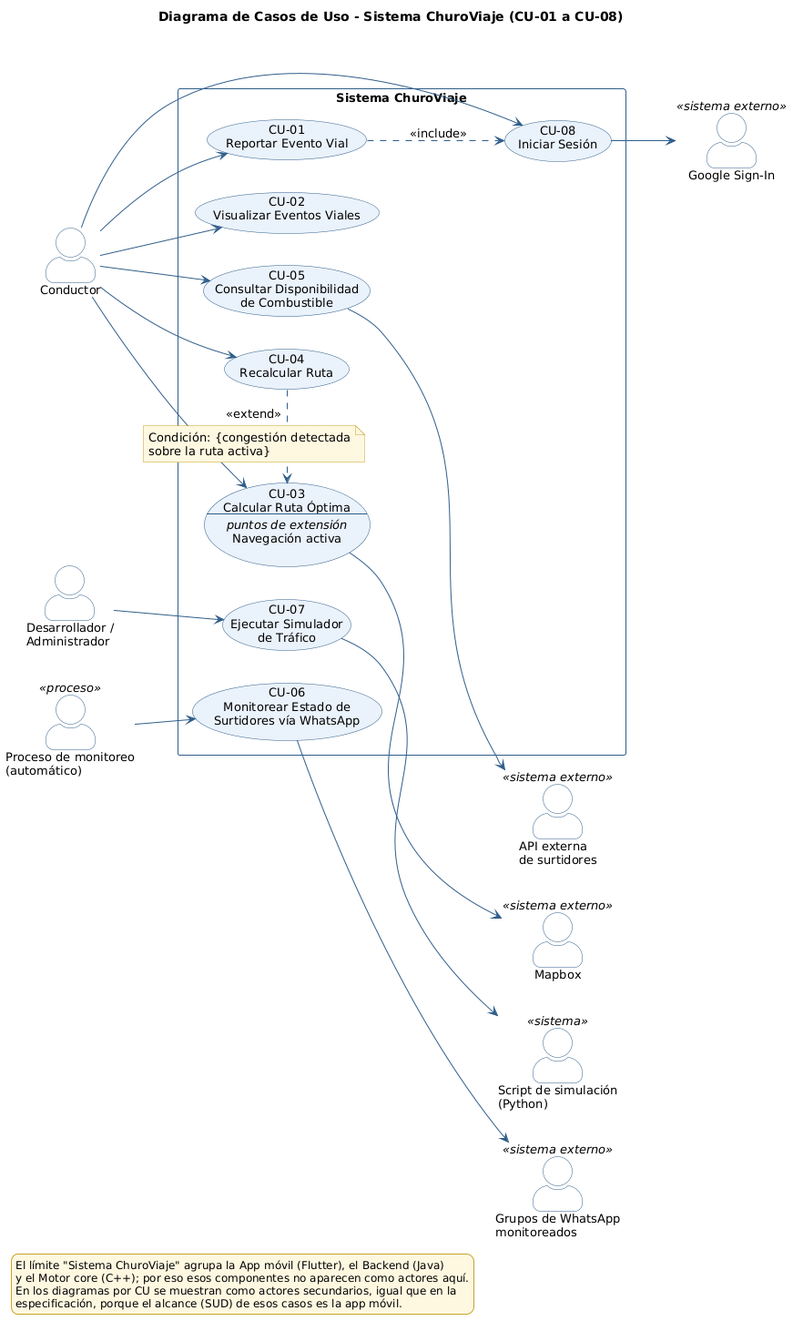
Before: 03_des/DiagCU/CU-00_DiagramaGeneral.png, a diagram exported from PlantUML (uniWASD/ChuroViajeInterno). Source of this version:
```plantuml
@startuml CU-00_DiagramaGeneral

left to right direction
skinparam shadowing false
skinparam defaultFontName "DejaVu Sans"
skinparam defaultFontSize 13
skinparam packageStyle rectangle
skinparam actorStyle awesome
skinparam usecase {
  BackgroundColor #EAF2FB
  BorderColor #2F5D8A
  ArrowColor #2F5D8A
}
skinparam rectangle {
  BorderColor #2F5D8A
  FontStyle bold
}
skinparam actor {
  BorderColor #2F5D8A
  BackgroundColor #FFFFFF
}
skinparam note {
  BackgroundColor #FFF8E1
  BorderColor #C9A227
}
skinparam ArrowColor #2F5D8A
skinparam legend {
  BackgroundColor #FFF8E1
  BorderColor #C9A227
  FontSize 12
}

title Diagrama de Casos de Uso - Sistema ChuroViaje (CU-01 a CU-08)

actor "Conductor" as Conductor
actor "Desarrollador /\nAdministrador" as Dev
actor "Proceso de monitoreo\n(automático)" as Monitor <<proceso>>

actor "Google Sign-In" as Google <<sistema externo>>
actor "Mapbox" as Mapbox <<sistema externo>>
actor "API externa\nde surtidores" as API <<sistema externo>>
actor "Grupos de WhatsApp\nmonitoreados" as WA <<sistema externo>>
actor "Script de simulación\n(Python)" as Script <<sistema>>

rectangle "Sistema ChuroViaje" {
  usecase "CU-08\nIniciar Sesión" as CU08
  usecase "CU-01\nReportar Evento Vial" as CU01
  usecase "CU-02\nVisualizar Eventos Viales" as CU02
  usecase CU03 as "CU-03
Calcular Ruta Óptima
--
<i>puntos de extensión</i>
Navegación activa"
  usecase "CU-04\nRecalcular Ruta" as CU04
  usecase "CU-05\nConsultar Disponibilidad\nde Combustible" as CU05
  usecase "CU-06\nMonitorear Estado de\nSurtidores vía WhatsApp" as CU06
  usecase "CU-07\nEjecutar Simulador\nde Tráfico" as CU07
}

Conductor --> CU01
Conductor --> CU08
Conductor --> CU02
Conductor --> CU03
Conductor --> CU04
Conductor --> CU05
Monitor --> CU06
Dev --> CU07

CU01 ..> CU08 : <<include>>
CU04 .> CU03 : <<extend>>
note on link
  Condición: {congestión detectada
  sobre la ruta activa}
end note

CU08 --> Google
CU03 --> Mapbox
CU05 --> API
CU06 --> WA
CU07 --> Script


legend bottom left
  El límite "Sistema ChuroViaje" agrupa la App móvil (Flutter), el Backend (Java)
  y el Motor core (C++); por eso esos componentes no aparecen como actores aquí.
  En los diagramas por CU se muestran como actores secundarios, igual que en la
  especificación, porque el alcance (SUD) de esos casos es la app móvil.
endlegend

@enduml
```
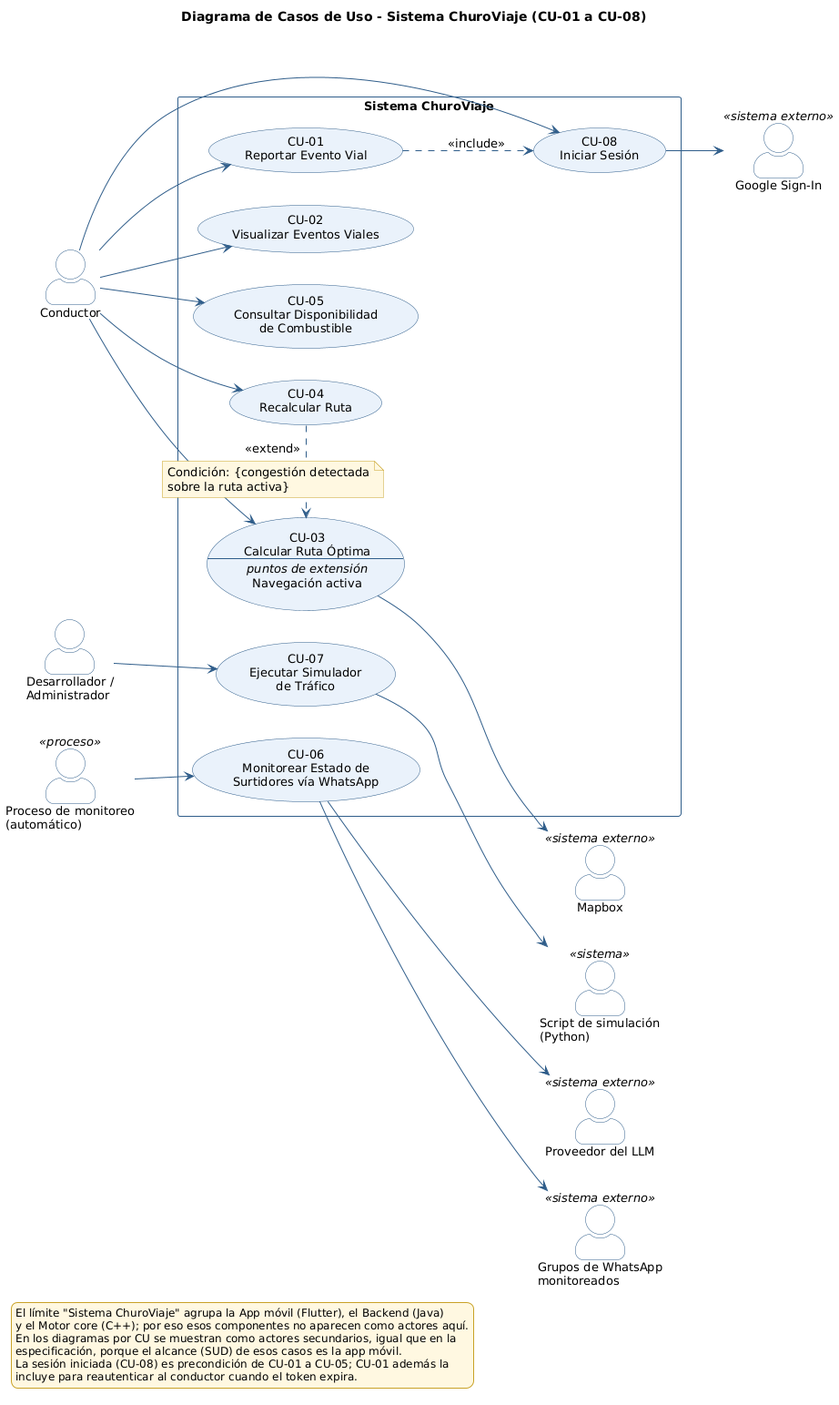
After the commit.

Change to the diagram source:
```diff
@@ -38,8 +38,8 @@
 
 actor "Google Sign-In" as Google <<sistema externo>>
 actor "Mapbox" as Mapbox <<sistema externo>>
-actor "API externa\nde surtidores" as API <<sistema externo>>
 actor "Grupos de WhatsApp\nmonitoreados" as WA <<sistema externo>>
+actor "Proveedor del LLM" as LLM <<sistema externo>>
 actor "Script de simulación\n(Python)" as Script <<sistema>>
 
 rectangle "Sistema ChuroViaje" {
@@ -75,8 +75,8 @@
 
 CU08 --> Google
 CU03 --> Mapbox
-CU05 --> API
 CU06 --> WA
+CU06 --> LLM
 CU07 --> Script
 
 
@@ -85,6 +85,8 @@
   y el Motor core (C++); por eso esos componentes no aparecen como actores aquí.
   En los diagramas por CU se muestran como actores secundarios, igual que en la
   especificación, porque el alcance (SUD) de esos casos es la app móvil.
+  La sesión iniciada (CU-08) es precondición de CU-01 a CU-05; CU-01 además la
+  incluye para reautenticar al conductor cuando el token expira.
 endlegend
 
 @enduml
```
